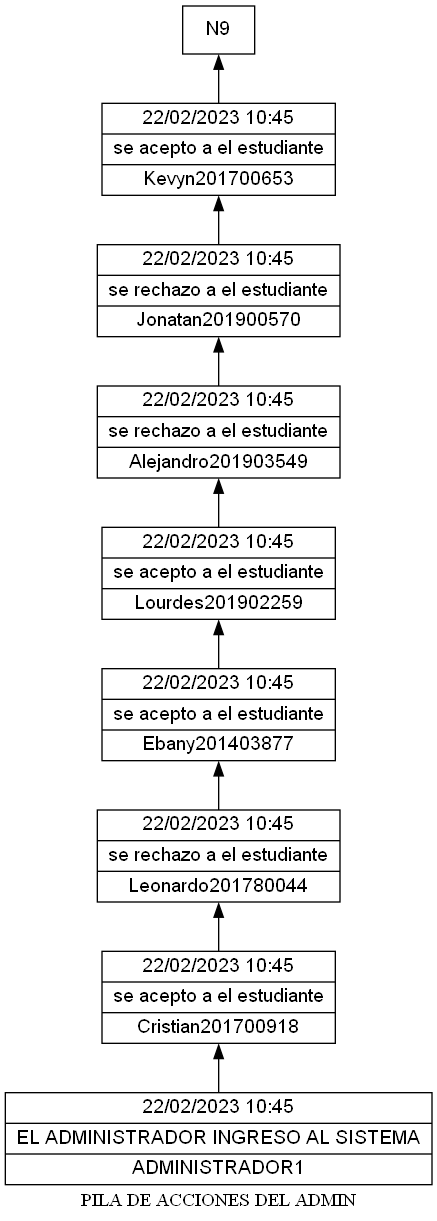
Before: EDD_Proyecto1_Fase1/pila.png, a diagram exported from Graphviz (Nahomi-Aparicio/EDD_1S2023_PY_202113293_F1). Its source is kept beside it as EDD_Proyecto1_Fase1/pila.dot.
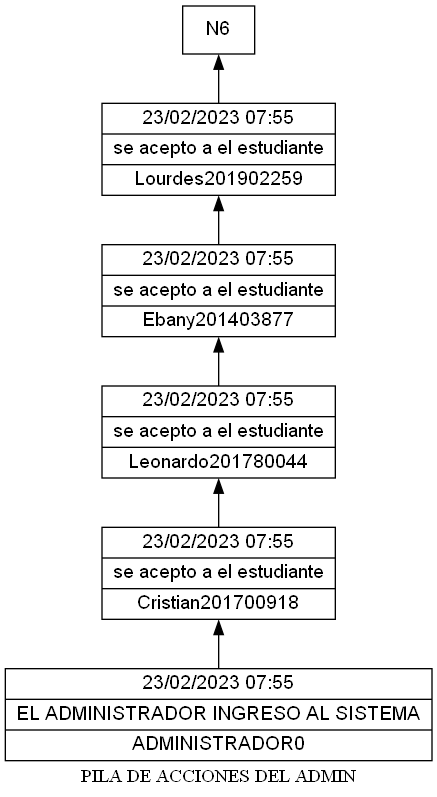
Above is the later version.

What changed in the source:
```diff
@@ -3,20 +3,14 @@
 node [shape=box];
 node [shape=record fontname=Arial]
 label = "PILA DE ACCIONES DEL ADMIN";
-N8[label="{22/02/2023      10:45     |se acepto a el estudiante|Kevyn201700653}"];
+N5[label="{23/02/2023      07:55     |se acepto a el estudiante|Lourdes201902259}"];
 N1->N2;
-N7[label="{22/02/2023      10:45     |se rechazo a el estudiante|Jonatan201900570}"];
+N4[label="{23/02/2023      07:55     |se acepto a el estudiante|Ebany201403877}"];
 N2->N3;
-N6[label="{22/02/2023      10:45     |se rechazo a el estudiante|Alejandro201903549}"];
+N3[label="{23/02/2023      07:55     |se acepto a el estudiante|Leonardo201780044}"];
 N3->N4;
-N5[label="{22/02/2023      10:45     |se acepto a el estudiante|Lourdes201902259}"];
+N2[label="{23/02/2023      07:55     |se acepto a el estudiante|Cristian201700918}"];
 N4->N5;
-N4[label="{22/02/2023      10:45     |se acepto a el estudiante|Ebany201403877}"];
+N1[label="{23/02/2023      07:55     |EL ADMINISTRADOR INGRESO AL SISTEMA|ADMINISTRADOR0}"];
 N5->N6;
-N3[label="{22/02/2023      10:45     |se rechazo a el estudiante|Leonardo201780044}"];
-N6->N7;
-N2[label="{22/02/2023      10:45     |se acepto a el estudiante|Cristian201700918}"];
-N7->N8;
-N1[label="{22/02/2023      10:45     |EL ADMINISTRADOR INGRESO AL SISTEMA|ADMINISTRADOR1}"];
-N8->N9;
 }
```
